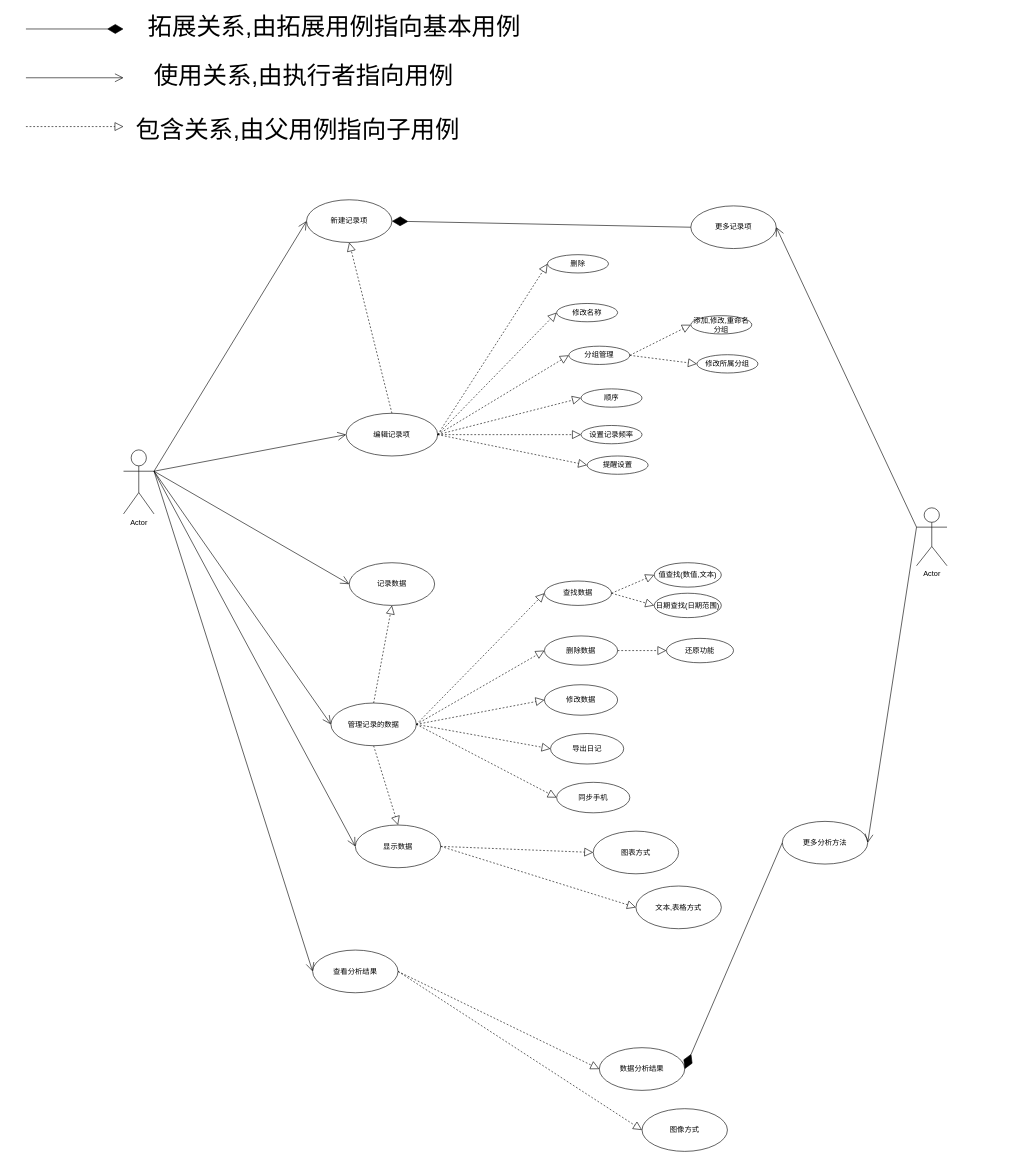
This is 文档/需求分析/用例图.drawio from FireAndWin/SmartDiary, a draw.io file, before an edit. Source tidied: cells renumbered, new cells numbered last; positions are measured from the earlier drawing's top-left corner, leaving out a move shared by most shapes. Both pictures are drawn from the tidied source at 61%, with x=0, y=0 at pixel (26, 10).
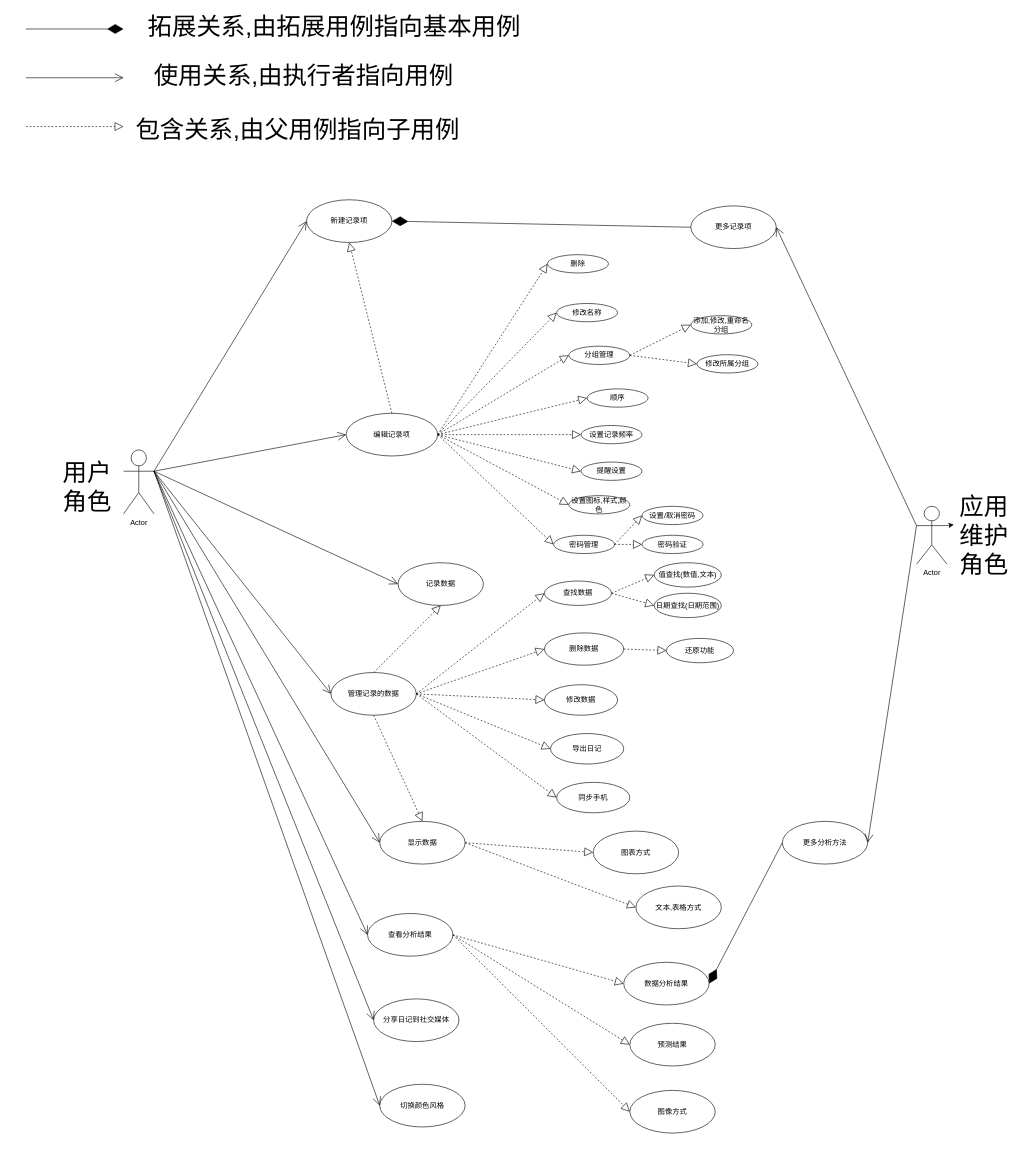
Above is the later version.

Unchanged cells that the change refers to:
```xml
<mxCell id="2" value="Actor" style="shape=umlActor;verticalLabelPosition=bottom;verticalAlign=top;html=1;outlineConnect=0;" parent="1" vertex="1">
  <mxGeometry x="160" y="720" width="50" height="105" as="geometry" />
</mxCell>
<mxCell id="49" value="编辑记录项" style="ellipse;whiteSpace=wrap;html=1;" parent="1" vertex="1">
  <mxGeometry x="525" y="660" width="150" height="70" as="geometry" />
</mxCell>
```

Diff of the diagram source:
```diff
@@
     <mxCell id="4" value="记录数据" style="ellipse;whiteSpace=wrap;html=1;" parent="1" vertex="1">
-      <mxGeometry x="530" y="905" width="140" height="70" as="geometry" />
+      <mxGeometry x="610" y="905" width="140" height="70" as="geometry" />
     </mxCell>
     <mxCell id="5" value="管理记录的数据" style="ellipse;whiteSpace=wrap;html=1;" parent="1" vertex="1">
-      <mxGeometry x="500" y="1135" width="140" height="70" as="geometry" />
+      <mxGeometry x="500" y="1085" width="140" height="70" as="geometry" />
     </mxCell>
     <mxCell id="6" value="显示数据" style="ellipse;whiteSpace=wrap;html=1;" parent="1" vertex="1">
-      <mxGeometry x="540" y="1335" width="140" height="70" as="geometry" />
+      <mxGeometry x="580" y="1329" width="140" height="70" as="geometry" />
     </mxCell>
     <mxCell id="7" value="查看分析结果" style="ellipse;whiteSpace=wrap;html=1;" parent="1" vertex="1">
-      <mxGeometry x="470" y="1540" width="140" height="70" as="geometry" />
+      <mxGeometry x="560" y="1480" width="140" height="70" as="geometry" />
     </mxCell>
@@
     <mxCell id="16" value="删除数据" style="ellipse;whiteSpace=wrap;html=1;" parent="1" vertex="1">
-      <mxGeometry x="850" y="1025" width="120" height="48" as="geometry" />
+      <mxGeometry x="850" y="1020" width="130" height="53" as="geometry" />
     </mxCell>
@@
     <mxCell id="25" value="图像方式" style="ellipse;whiteSpace=wrap;html=1;" parent="1" vertex="1">
-      <mxGeometry x="1010" y="1800" width="140" height="70" as="geometry" />
+      <mxGeometry x="990" y="1770" width="140" height="70" as="geometry" />
     </mxCell>
     <mxCell id="26" value="数据分析结果" style="ellipse;whiteSpace=wrap;html=1;" parent="1" vertex="1">
-      <mxGeometry x="940" y="1700" width="140" height="70" as="geometry" />
+      <mxGeometry x="980" y="1560" width="140" height="70" as="geometry" />
     </mxCell>
@@
     <mxCell id="30" value="Actor" style="shape=umlActor;verticalLabelPosition=bottom;verticalAlign=top;html=1;" parent="1" vertex="1">
-      <mxGeometry x="1460" y="815" width="50" height="95" as="geometry" />
+      <mxGeometry x="1460" y="812.5" width="50" height="95" as="geometry" />
     </mxCell>
@@
     <mxCell id="60" value="顺序" style="ellipse;whiteSpace=wrap;html=1;" parent="1" vertex="1">
-      <mxGeometry x="910" y="620" width="100" height="30" as="geometry" />
+      <mxGeometry x="920" y="620" width="100" height="30" as="geometry" />
     </mxCell>
@@
     <mxCell id="64" value="提醒设置" style="ellipse;whiteSpace=wrap;html=1;" parent="1" vertex="1">
-      <mxGeometry x="920" y="730" width="100" height="30" as="geometry" />
+      <mxGeometry x="910" y="740" width="100" height="30" as="geometry" />
     </mxCell>
@@
+    <mxCell id="72" value="分享日记到社交媒体" style="ellipse;whiteSpace=wrap;html=1;" parent="1" vertex="1">
+      <mxGeometry x="570" y="1620" width="140" height="70" as="geometry" />
+    </mxCell>
+    <mxCell id="73" style="endArrow=open;endFill=1;endSize=12;html=1;entryX=0;entryY=0.5;entryDx=0;entryDy=0;exitX=1;exitY=0.3333333333333333;exitDx=0;exitDy=0;exitPerimeter=0;" parent="1" edge="1" source="2" target="72">
+      <mxGeometry relative="1" as="geometry" />
+    </mxCell>
+    <mxCell id="74" value="用户&lt;br&gt;角色" style="text;html=1;align=center;verticalAlign=middle;fillColor=none;strokeColor=none;rounded=0;fontSize=40;" parent="1" vertex="1">
+      <mxGeometry x="50" y="730" width="100" height="100" as="geometry" />
+    </mxCell>
+    <mxCell id="75" value="应用&lt;br&gt;维护&lt;br&gt;角色" style="text;html=1;align=center;verticalAlign=middle;points=[];fillColor=none;strokeColor=none;rounded=0;fontSize=40;" parent="1" vertex="1">
+      <mxGeometry x="1520" y="785" width="100" height="150" as="geometry" />
+    </mxCell>
+    <mxCell id="76" value="设置图标,样式,颜色" style="ellipse;whiteSpace=wrap;html=1;" parent="1" vertex="1">
+      <mxGeometry x="890" y="795" width="100" height="30" as="geometry" />
+    </mxCell>
+    <mxCell id="77" style="endArrow=block;dashed=1;endFill=0;endSize=12;html=1;entryX=0;entryY=0.5;entryDx=0;entryDy=0;exitX=1;exitY=0.5;exitDx=0;exitDy=0;" parent="1" edge="1" source="49" target="76">
+      <mxGeometry relative="1" as="geometry" />
+    </mxCell>
+    <mxCell id="78" style="endArrow=classic;html=1;exitX=1;exitY=0.3333333333333333;exitDx=0;exitDy=0;exitPerimeter=0;entryX=0.011;entryY=0.385;entryDx=0;entryDy=0;entryPerimeter=0;" parent="1" edge="1" source="30" target="75">
+      <mxGeometry relative="1" as="geometry" />
+    </mxCell>
+    <mxCell id="79" value="预测结果" style="ellipse;whiteSpace=wrap;html=1;" parent="1" vertex="1">
+      <mxGeometry x="990" y="1660" width="140" height="70" as="geometry" />
+    </mxCell>
+    <mxCell id="80" style="endArrow=block;dashed=1;endFill=0;endSize=12;html=1;entryX=0;entryY=0.5;entryDx=0;entryDy=0;exitX=1;exitY=0.5;exitDx=0;exitDy=0;" parent="1" edge="1" source="7" target="79">
+      <mxGeometry relative="1" as="geometry" />
+    </mxCell>
+    <mxCell id="81" value="切换颜色风格" style="ellipse;whiteSpace=wrap;html=1;" parent="1" vertex="1">
+      <mxGeometry x="580" y="1760" width="140" height="70" as="geometry" />
+    </mxCell>
+    <mxCell id="82" style="endArrow=open;endFill=1;endSize=12;html=1;entryX=0;entryY=0.5;entryDx=0;entryDy=0;exitX=1;exitY=0.3333333333333333;exitDx=0;exitDy=0;exitPerimeter=0;" parent="1" edge="1" source="2" target="81">
+      <mxGeometry relative="1" as="geometry" />
+    </mxCell>
+    <mxCell id="83" value="密码管理" style="ellipse;whiteSpace=wrap;html=1;" parent="1" vertex="1">
+      <mxGeometry x="865" y="860" width="100" height="30" as="geometry" />
+    </mxCell>
+    <mxCell id="84" style="endArrow=block;dashed=1;endFill=0;endSize=12;html=1;entryX=0;entryY=0.5;entryDx=0;entryDy=0;exitX=1;exitY=0.5;exitDx=0;exitDy=0;" parent="1" edge="1" source="49" target="83">
+      <mxGeometry relative="1" as="geometry" />
+    </mxCell>
+    <mxCell id="85" value="设置/取消密码" style="ellipse;whiteSpace=wrap;html=1;" parent="1" vertex="1">
+      <mxGeometry x="1010" y="812.5" width="100" height="30" as="geometry" />
+    </mxCell>
+    <mxCell id="86" style="endArrow=block;dashed=1;endFill=0;endSize=12;html=1;entryX=0;entryY=0.5;entryDx=0;entryDy=0;exitX=1;exitY=0.5;exitDx=0;exitDy=0;" parent="1" edge="1" source="83" target="85">
+      <mxGeometry relative="1" as="geometry" />
+    </mxCell>
+    <mxCell id="87" value="密码验证" style="ellipse;whiteSpace=wrap;html=1;" parent="1" vertex="1">
+      <mxGeometry x="1010" y="860" width="100" height="30" as="geometry" />
+    </mxCell>
+    <mxCell id="88" style="endArrow=block;dashed=1;endFill=0;endSize=12;html=1;entryX=0;entryY=0.5;entryDx=0;entryDy=0;exitX=1;exitY=0.5;exitDx=0;exitDy=0;" parent="1" edge="1" source="83" target="87">
+      <mxGeometry relative="1" as="geometry" />
+    </mxCell>
```
